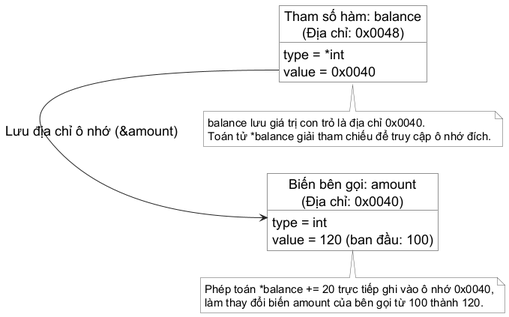
The PlantUML diagram assets/diagrams/pointer-pointee.png in Minhlike/Golang, before a commit.
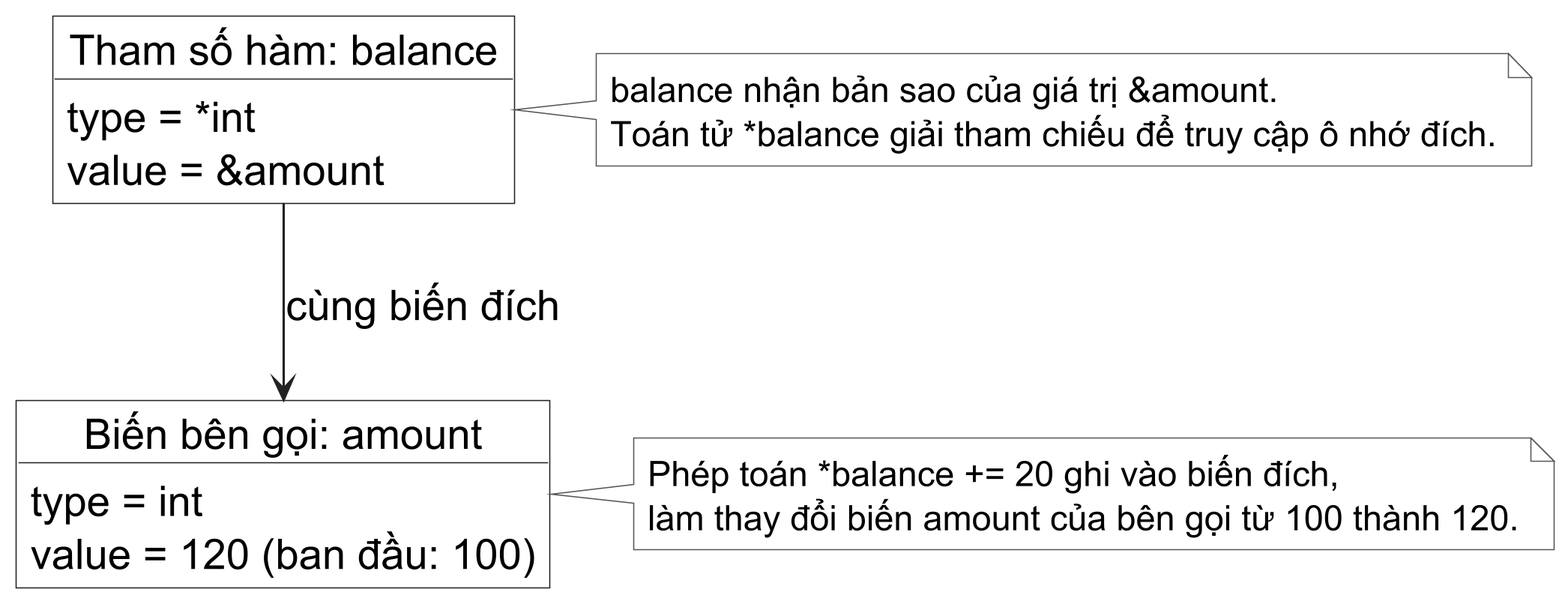
After the change.

Change to the diagram source:
```diff
@@ -1,4 +1,5 @@
 @startuml
+skinparamlocked dpi 300
 skinparam backgroundColor white
 skinparam shadowing false
 skinparam defaultFontName "Source Sans 3"
@@ -16,27 +17,27 @@
   FontColor #000000
   FontSize 15
 }
-left to right direction
+top to bottom direction
 
-object "Biến bên gọi: amount\n(Địa chỉ: 0x0040)" as amount {
+object "Biến bên gọi: amount" as amount {
   type = int
   value = 120 (ban đầu: 100)
 }
 
-object "Tham số hàm: balance\n(Địa chỉ: 0x0048)" as pointer {
+object "Tham số hàm: balance" as pointer {
   type = *int
-  value = 0x0040
+  value = &amount
 }
 
-pointer::value -right-> amount : Lưu địa chỉ ô nhớ (&amount)
+pointer -down-> amount : cùng biến đích
 
-note bottom of pointer
-  balance lưu giá trị con trỏ là địa chỉ 0x0040.
+note right of pointer
+  balance nhận bản sao của giá trị &amount.
   Toán tử *balance giải tham chiếu để truy cập ô nhớ đích.
 end note
 
-note bottom of amount
-  Phép toán *balance += 20 trực tiếp ghi vào ô nhớ 0x0040,
+note right of amount
+  Phép toán *balance += 20 ghi vào biến đích,
   làm thay đổi biến amount của bên gọi từ 100 thành 120.
 end note
 @enduml
```
